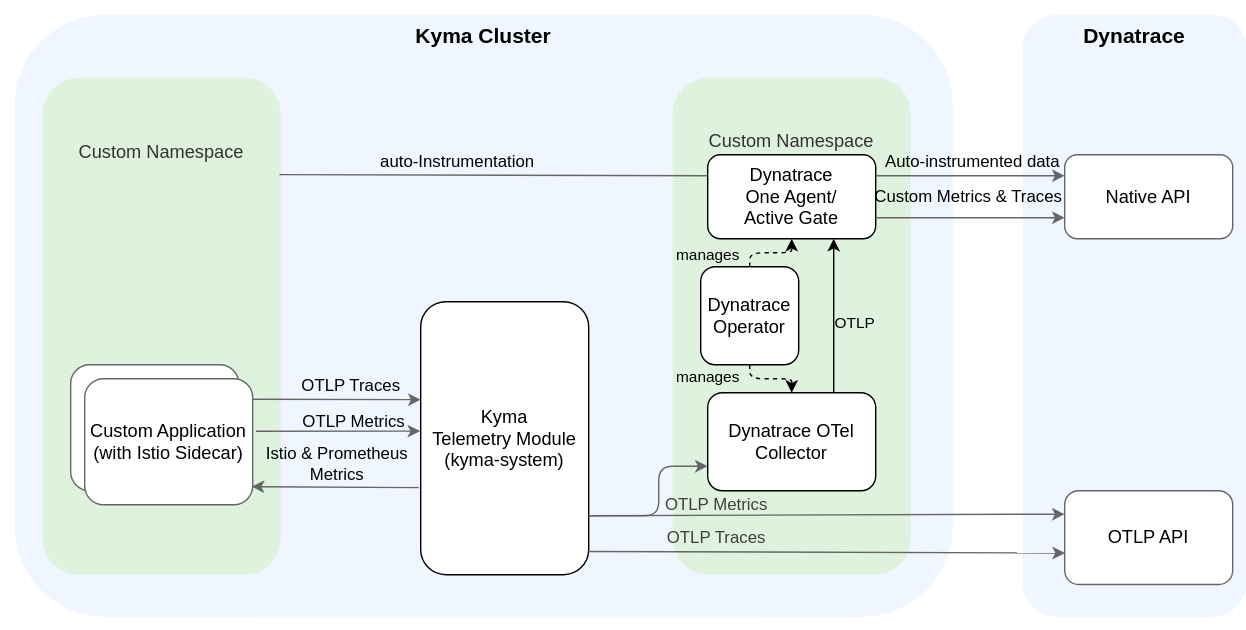
Above: docs/user/integration/assets/dynatrace.drawio.svg in kyma-project/telemetry-manager (draw.io), before the change. Source tidied: cells renumbered, new cells last; positions are measured from the earlier drawing's top-left corner, leaving out a move shared by most shapes.
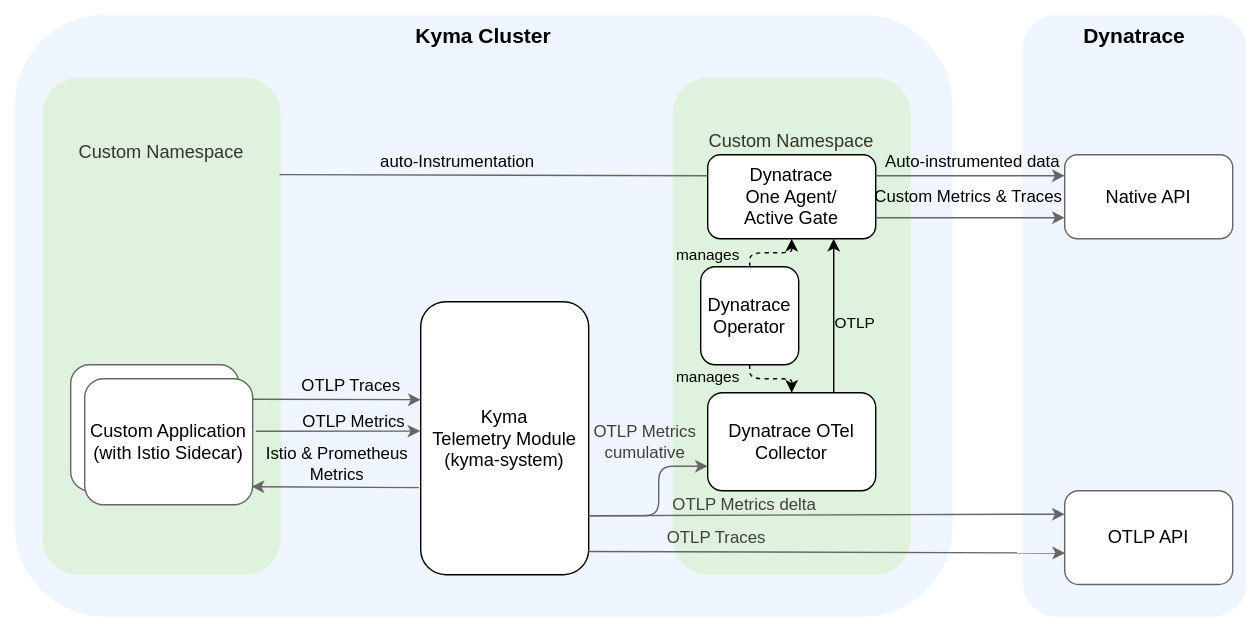
After the commit.

Diff of the diagram source:
```diff
@@ -55,9 +55,9 @@
     <mxCell id="16" style="edgeStyle=none;rounded=1;jettySize=auto;html=1;entryX=0;entryY=0.25;entryDx=0;entryDy=0;strokeColor=#666666;exitX=1;exitY=0.784;exitDx=0;exitDy=0;exitPerimeter=0;" parent="1" edge="1" source="6" target="33">
       <mxGeometry relative="1" as="geometry" />
     </mxCell>
-    <mxCell id="17" value="&lt;span style=&quot;color: rgb(63, 63, 63); font-size: 12px;&quot;&gt;OTLP Metrics&lt;/span&gt;" style="edgeLabel;html=1;align=center;verticalAlign=middle;labelBackgroundColor=none;" parent="16" vertex="1">
+    <mxCell id="17" value="&lt;span style=&quot;color: rgb(63, 63, 63); font-size: 12px;&quot;&gt;OTLP Metrics delta&lt;/span&gt;" style="edgeLabel;html=1;align=center;verticalAlign=middle;labelBackgroundColor=none;" parent="16" vertex="1">
       <mxGeometry x="-0.49" relative="1" as="geometry">
-        <mxPoint x="4" y="-8" as="offset" />
+        <mxPoint x="24" y="-8" as="offset" />
       </mxGeometry>
     </mxCell>
     <mxCell id="18" style="edgeStyle=orthogonalEdgeStyle;rounded=0;orthogonalLoop=1;jettySize=auto;html=1;exitX=0.5;exitY=1;exitDx=0;exitDy=0;" parent="1" edge="1" source="6" target="6">
@@ -142,5 +142,10 @@
         </Array>
       </mxGeometry>
     </mxCell>
+    <mxCell id="39" value="&lt;span style=&quot;color: rgb(63, 63, 63); font-size: 12px;&quot;&gt;OTLP Metrics&lt;br&gt;cumulative&lt;/span&gt;" style="edgeLabel;html=1;align=center;verticalAlign=middle;labelBackgroundColor=none;" parent="38" vertex="1">
+      <mxGeometry x="0.25" y="2" relative="1" as="geometry">
+        <mxPoint x="-8" y="-28" as="offset" />
+      </mxGeometry>
+    </mxCell>
   </root>
 </mxGraphModel>
```
